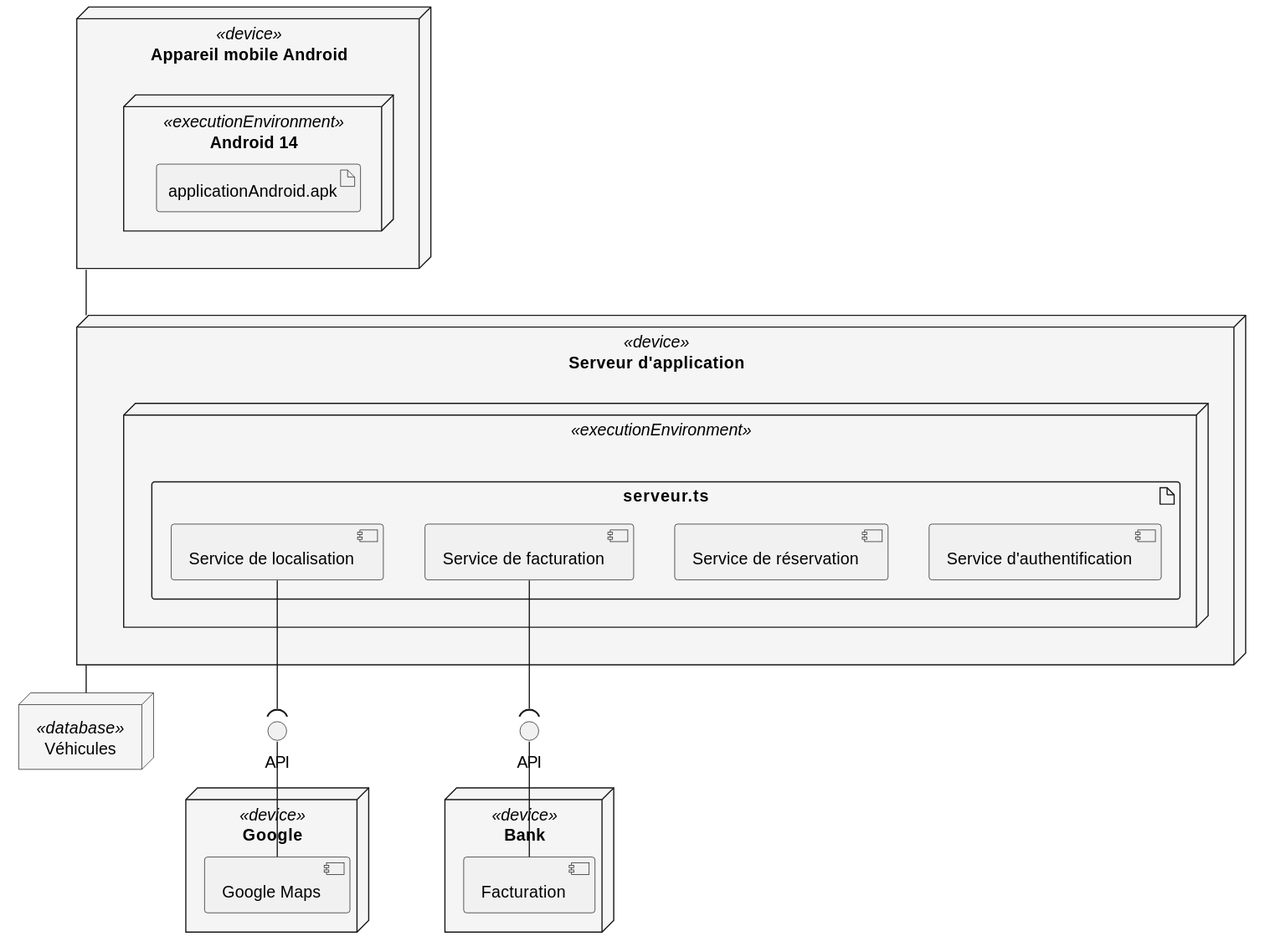
The PlantUML diagram out/plant_uml/exempleDiagDeployment/exempleDiagDeployment.svg in gigl-uml/Guide_uml_polymtl, before a commit.
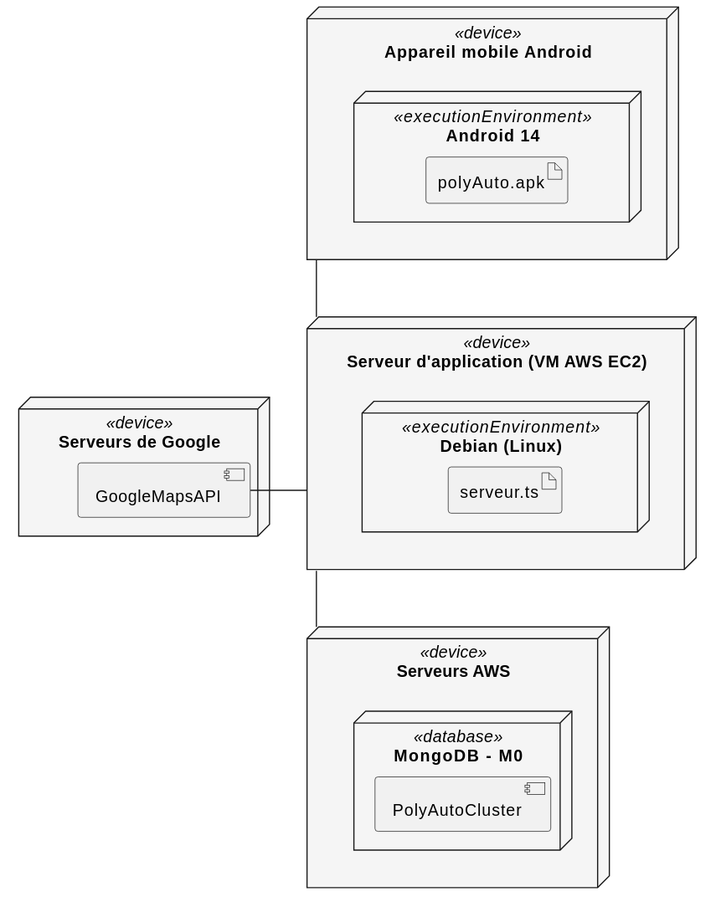
After the change.

Commit message:
deployment diagram exemple client serveur'

What changed in the source:
```diff
@@ -5,39 +5,38 @@
 
 node "Appareil mobile Android" as androidDevice <<device>>{
   node "Android 14" <<executionEnvironment>> {
-      artifact "applicationAndroid.apk"
+      artifact "polyAuto.apk"
   }
 }
 
-node "Serveur d'application" as backend <<device>> {
-  node " " <<executionEnvironment>> {
-    artifact serveur.ts {
-      component "Service d'authentification" as authservice
-      component "Service de réservation" as bookingservice
-      component "Service de localisation" as locationservice
-      component "Service de facturation" as billingservice
-    }
+
+
+node "Serveur d'application (VM AWS EC2)" as backend <<device>> {
+  node "Debian (Linux)" <<executionEnvironment>> {
+    artifact serveur.ts
   }
 }
 
-node Google <<device>> {
-  component "Google Maps" as gmaps
+
+
+
+node "Serveurs de Google" <<device>> {
+  component "GoogleMapsAPI" as gmaps
 }
 
-node Bank <<device>> {
-  component "Facturation" as facturation
+
+
+
+
+
+node "Serveurs AWS" as vehic <<device>> {
+    node "MongoDB - M0" <<database>> {
+      component "PolyAutoCluster"
+  }
 }
 
-node "Véhicules" as vehic <<database>>
-
-interface "API" as api_1
-interface "API" as api_2
-
-androidDevice -- backend
-locationservice --( api_1
-api_1 -- gmaps
-billingservice --( api_2
-api_2 -- facturation
-backend -- vehic
+backend --- vehic
+androidDevice --d- backend
+gmaps - backend
 
 @enduml
```
